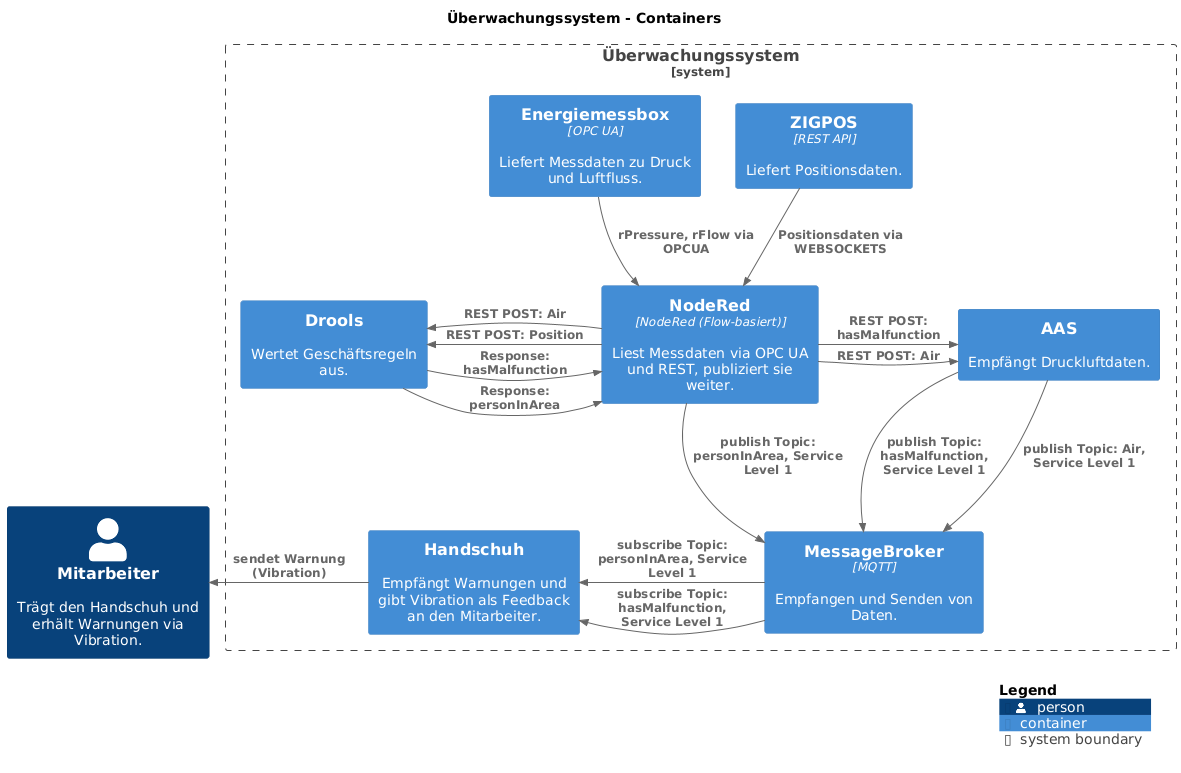
The PlantUML diagram datenfluss.png in a-schulz/bpa-energiemessbox, before a commit.
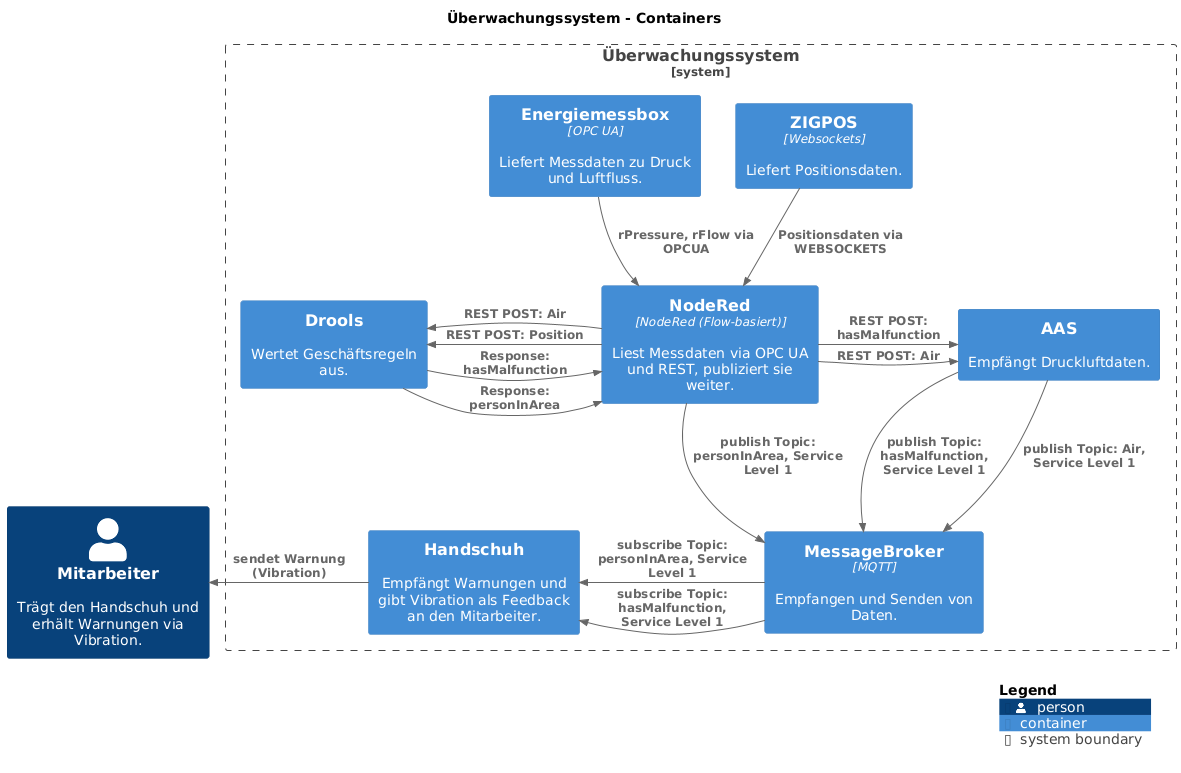
The same file after the commit.

What changed in the source:
```diff
@@ -12,7 +12,7 @@
 System_Boundary("Überwachungssystem_boundary", "Überwachungssystem", $tags="") {
   Container(Überwachungssystem.Energiemessbox, "Energiemessbox", $techn="OPC UA", $descr="Liefert Messdaten zu Druck und Luftfluss.", $tags="", $link="")
   Container(Überwachungssystem.NodeRed, "NodeRed", $techn="NodeRed (Flow-basiert)", $descr="Liest Messdaten via OPC UA und REST, publiziert sie weiter.", $tags="", $link="")
-  Container(Überwachungssystem.ZIGPOS, "ZIGPOS", $techn="REST API", $descr="Liefert Positionsdaten.", $tags="", $link="")
+  Container(Überwachungssystem.ZIGPOS, "ZIGPOS", $techn="Websockets", $descr="Liefert Positionsdaten.", $tags="", $link="")
   Container(Überwachungssystem.MessageBroker, "MessageBroker", $techn="MQTT", $descr="Empfangen und Senden von Daten.", $tags="", $link="")
   Container(Überwachungssystem.Handschuh, "Handschuh", $techn="", $descr="Empfängt Warnungen und gibt Vibration als Feedback an den Mitarbeiter.", $tags="", $link="")
   Container(Überwachungssystem.AAS, "AAS", $techn="", $descr="Empfängt Druckluftdaten.", $tags="", $link="")
```
